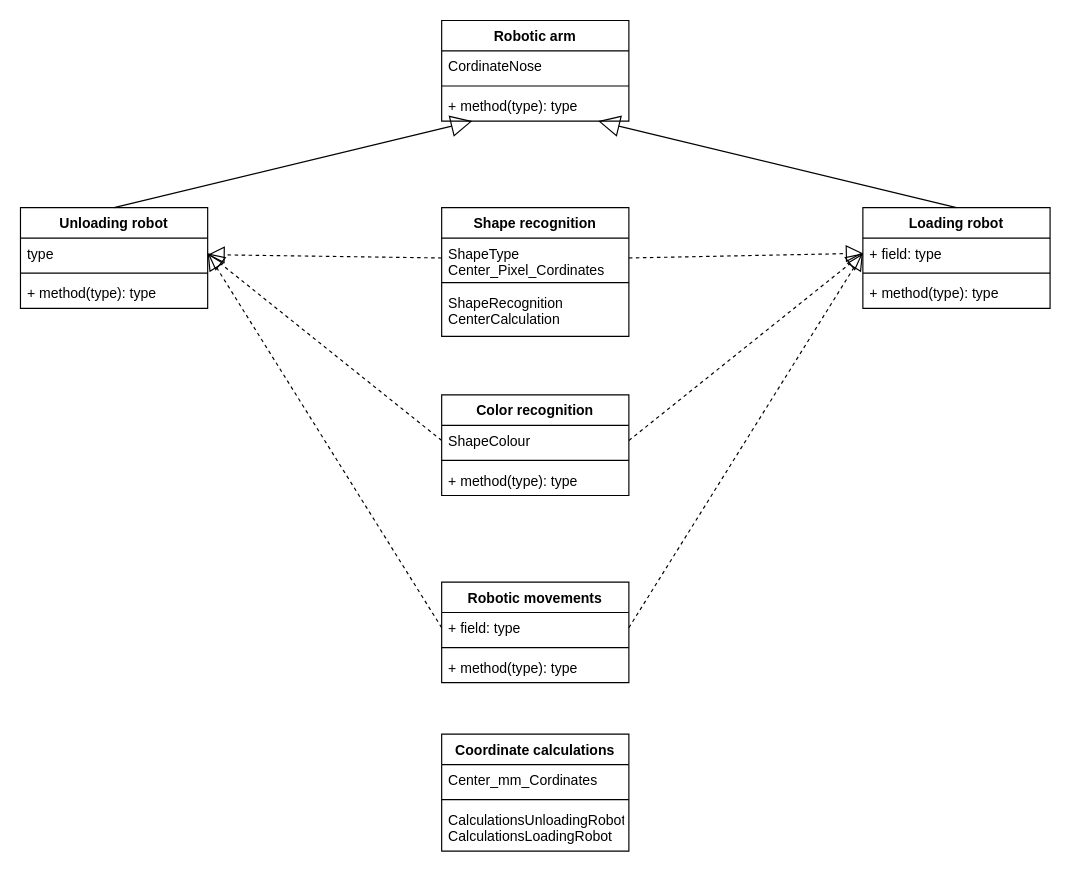
WinnenVanB2IsBelangrijkerDanMeedoen/EndAssigmentMain-SDA3 keeps this draw.io diagram as Class diagram.drawio. Above is the earlier version. Source tidied: cells renumbered, new cells numbered last; positions are measured from the earlier drawing's top-left corner, leaving out a move shared by most shapes. Both pictures are drawn from the tidied source at 117%, with x=0, y=0 at pixel (20, 20).
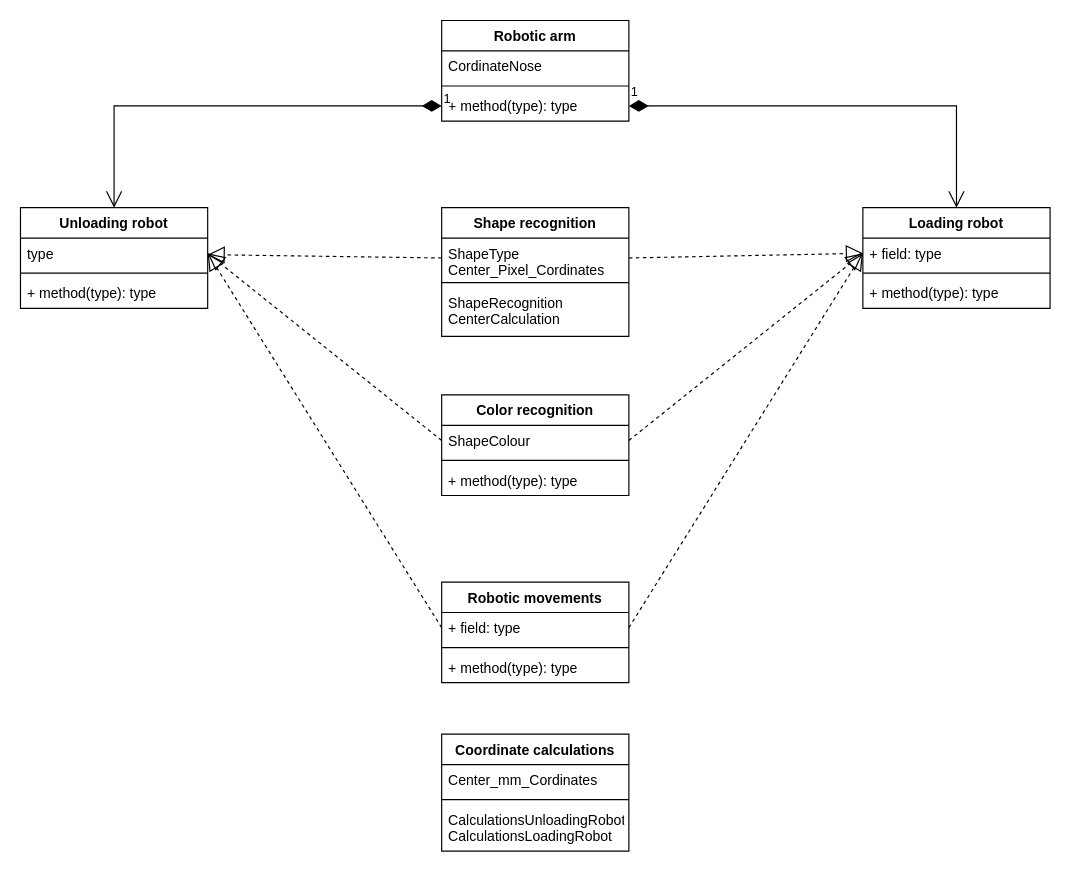
The same page after the edit.

Commit message (it also covers changes not shown here):
IRVEN STIKSTDSF

The change refers to these unchanged cells:
```xml
<mxCell id="5" value="+ method(type): type" style="text;strokeColor=none;fillColor=none;align=left;verticalAlign=top;spacingLeft=4;spacingRight=4;overflow=hidden;points=[[0,0.5],[1,0.5]];portConstraint=eastwest;" parent="2" vertex="1">
  <mxGeometry y="60" width="160" height="26" as="geometry" />
</mxCell>
<mxCell id="19" value="Loading robot" style="swimlane;fontStyle=1;align=center;verticalAlign=top;horizontal=1;startSize=26;flipH=1;" parent="1" vertex="1">
  <mxGeometry x="720" y="160" width="160" height="86" as="geometry" />
</mxCell>
<mxCell id="23" value="Unloading robot" style="swimlane;fontStyle=1;align=center;verticalAlign=top;horizontal=1;startSize=26;flipH=1;" parent="1" vertex="1">
  <mxGeometry y="160" width="160" height="86" as="geometry" />
</mxCell>
```

Diff of the diagram source:
```diff
@@
-    <mxCell id="27" style="endArrow=block;endSize=16;endFill=0;html=1;rounded=0;exitX=0.5;exitY=0;exitDx=0;exitDy=0;" parent="1" edge="1" source="23" target="5">
-      <mxGeometry relative="1" as="geometry" />
-    </mxCell>
-    <mxCell id="28" style="endArrow=block;endSize=16;endFill=0;html=1;rounded=0;exitX=0.5;exitY=0;exitDx=0;exitDy=0;" parent="1" edge="1" source="19" target="5">
-      <mxGeometry relative="1" as="geometry" />
-    </mxCell>
@@
+    <mxCell id="40" value="1" style="endArrow=open;html=1;endSize=12;startArrow=diamondThin;startSize=14;startFill=1;edgeStyle=orthogonalEdgeStyle;align=left;verticalAlign=bottom;rounded=0;entryX=0.5;entryY=0;entryDx=0;entryDy=0;exitX=0;exitY=0.5;exitDx=0;exitDy=0;" parent="1" edge="1" source="5" target="23">
+      <mxGeometry x="-1" y="3" relative="1" as="geometry" />
+    </mxCell>
+    <mxCell id="41" value="1" style="endArrow=open;html=1;endSize=12;startArrow=diamondThin;startSize=14;startFill=1;edgeStyle=orthogonalEdgeStyle;align=left;verticalAlign=bottom;rounded=0;exitX=1;exitY=0.5;exitDx=0;exitDy=0;" parent="1" edge="1" source="5" target="19">
+      <mxGeometry x="-1" y="3" relative="1" as="geometry" />
+    </mxCell>
```
